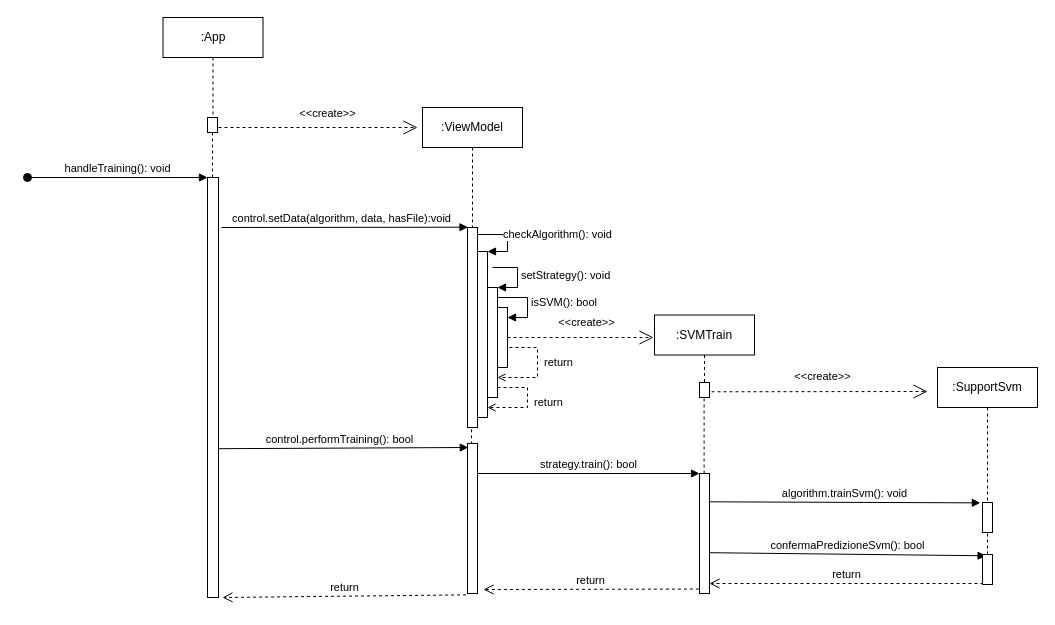
The draw.io diagram Diagrams/Sequence_diagrams/trainSVM.drawio in teamafkSWE/PredireInGrafana-docs, before the edit. Source tidied: cells renumbered, new cells numbered last; positions are measured from the earlier drawing's top-left corner, leaving out a move shared by most shapes. Both pictures are drawn from the tidied source at 100%, with x=0, y=0 at pixel (27, 17).
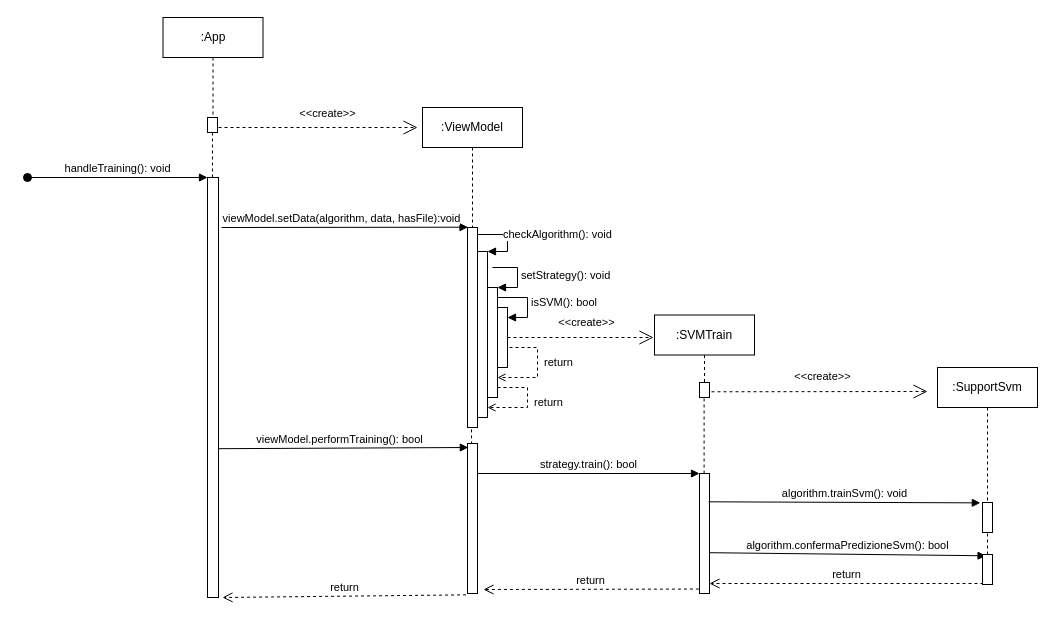
The same page after the edit.

Commit message (it also covers changes not shown here):
fix sequence diagramm svm

Unchanged cells that the change refers to:
```xml
<mxCell id="13" style="html=1;points=[];perimeter=orthogonalPerimeter;" parent="1" vertex="1">
  <mxGeometry x="672" y="456" width="10" height="120" as="geometry" />
</mxCell>
<mxCell id="31" style="html=1;points=[];perimeter=orthogonalPerimeter;" parent="1" vertex="1">
  <mxGeometry x="955" y="537" width="10" height="30" as="geometry" />
</mxCell>
```

The edit, as a diff of the source:
```diff
@@
-    <mxCell id="21" value="confermaPredizioneSvm(): bool" style="html=1;verticalAlign=bottom;endArrow=block;entryX=0.357;entryY=0.043;entryDx=0;entryDy=0;entryPerimeter=0;exitX=1;exitY=0.66;exitDx=0;exitDy=0;exitPerimeter=0;" parent="1" edge="1" source="13" target="31">
+    <mxCell id="21" value="algorithm.confermaPredizioneSvm(): bool" style="html=1;verticalAlign=bottom;endArrow=block;entryX=0.357;entryY=0.043;entryDx=0;entryDy=0;entryPerimeter=0;exitX=1;exitY=0.66;exitDx=0;exitDy=0;exitPerimeter=0;" parent="1" edge="1" source="13" target="31">
       <mxGeometry relative="1" as="geometry" />
     </mxCell>
@@
-    <mxCell id="23" value="control.setData(algorithm, data, hasFile):void" style="html=1;verticalAlign=bottom;endArrow=block;entryX=-0.25;entryY=0.129;entryDx=0;entryDy=0;entryPerimeter=0;" parent="1" edge="1">
+    <mxCell id="23" value="viewModel.setData(algorithm, data, hasFile):void" style="html=1;verticalAlign=bottom;endArrow=block;entryX=-0.25;entryY=0.129;entryDx=0;entryDy=0;entryPerimeter=0;" parent="1" edge="1">
       <mxGeometry x="-0.03" relative="1" as="geometry">
         <mxPoint x="194" y="210" as="sourcePoint" />
         <mxPoint x="440.5" y="209.7" as="targetPoint" />
       </mxGeometry>
     </mxCell>
-    <mxCell id="24" value="control.performTraining(): bool" style="html=1;verticalAlign=bottom;endArrow=block;entryX=0.083;entryY=0.111;entryDx=0;entryDy=0;entryPerimeter=0;" parent="1" edge="1">
+    <mxCell id="24" value="viewModel.performTraining(): bool" style="html=1;verticalAlign=bottom;endArrow=block;entryX=0.083;entryY=0.111;entryDx=0;entryDy=0;entryPerimeter=0;" parent="1" edge="1">
       <mxGeometry x="-0.03" relative="1" as="geometry">
         <mxPoint x="191" y="431.2" as="sourcePoint" />
         <mxPoint x="440.8" y="430" as="targetPoint" />
       </mxGeometry>
     </mxCell>
```
